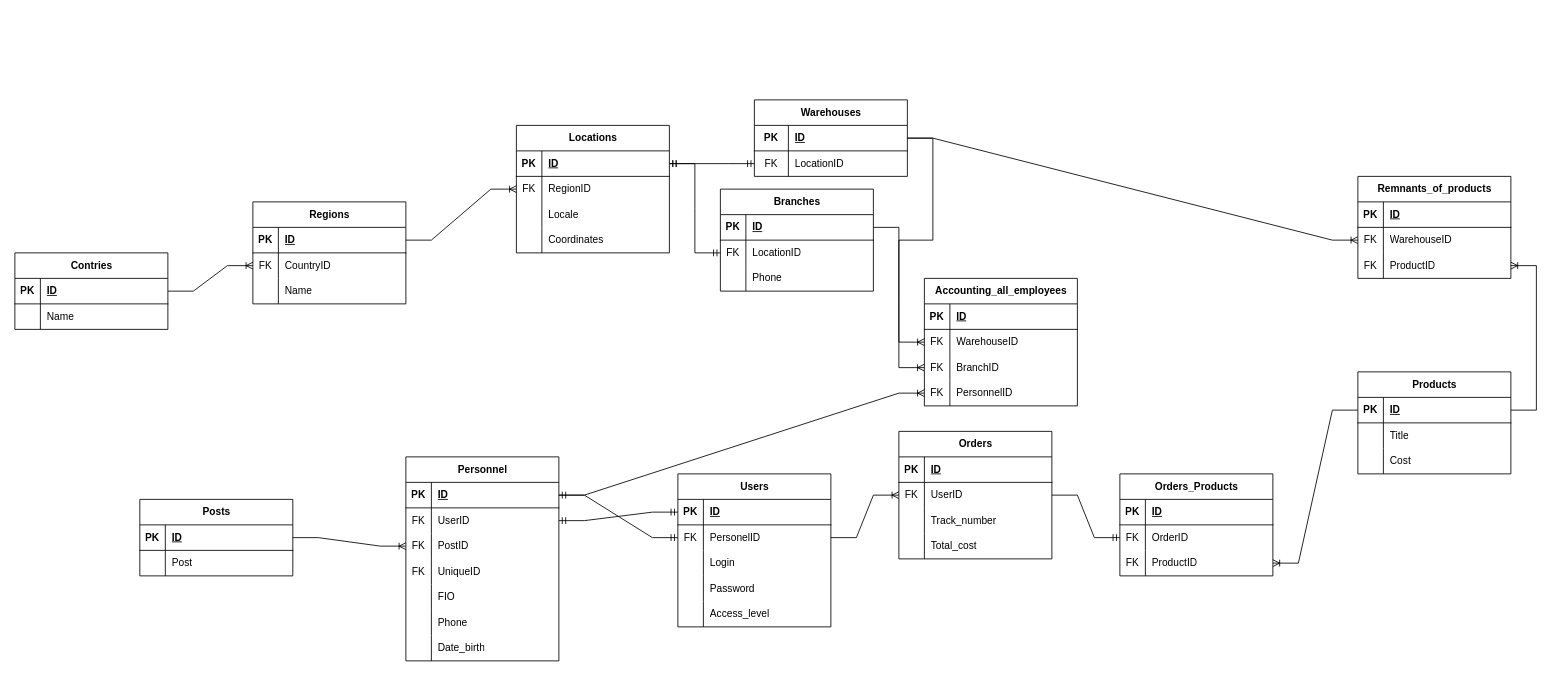
Before: docs/uml/shesterochkaDB.drawio in JustKingYT1/demo_app, a draw.io diagram. Source tidied: cells renumbered, new cells numbered last; positions are measured from the earlier drawing's top-left corner, leaving out a move shared by most shapes. Both pictures are drawn from the tidied source at 85%, with x=0, y=0 at pixel (14, 99).
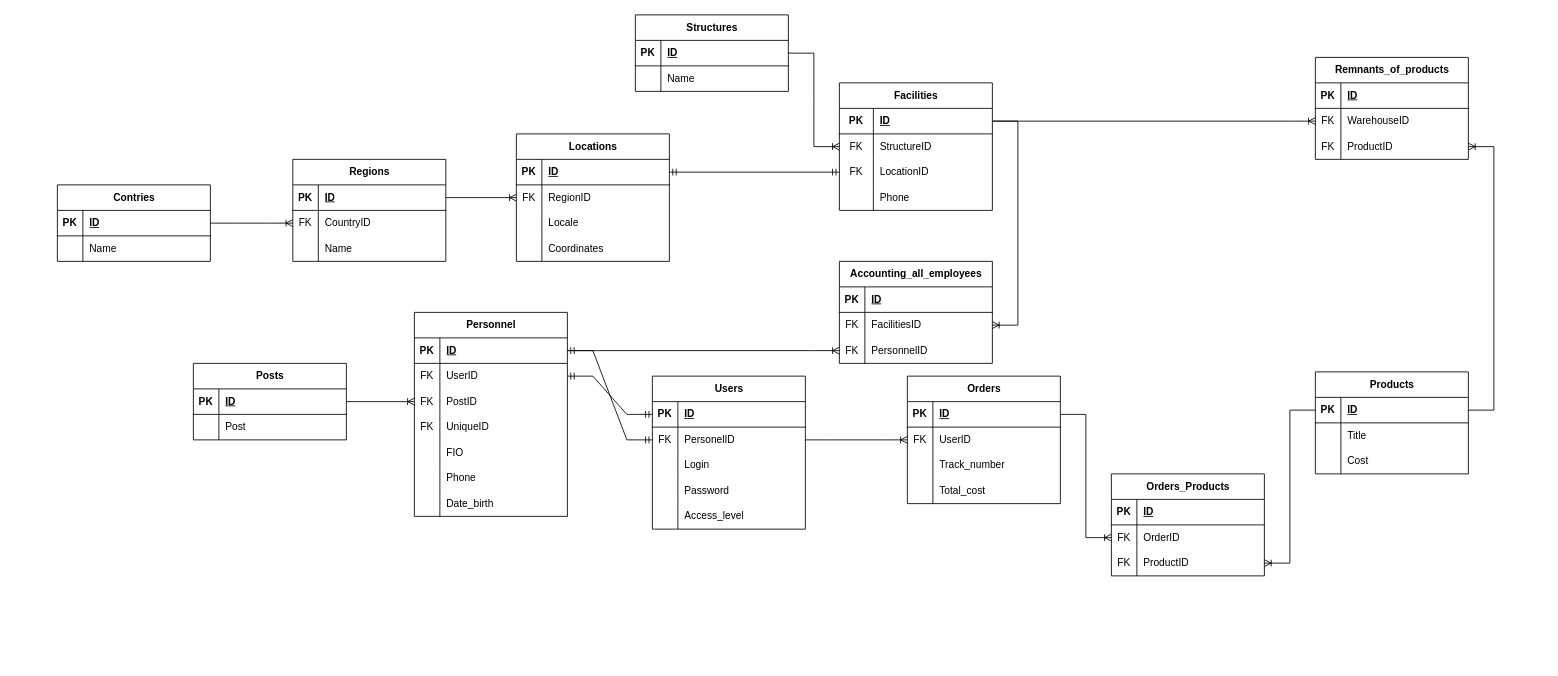
After the change.

The change refers to these unchanged cells:
```xml
<mxCell id="29" style="shape=tableRow;horizontal=0;startSize=0;swimlaneHead=0;swimlaneBody=0;fillColor=none;points=[[0,0.5],[1,0.5]];portConstraint=eastwest;top=0;left=0;right=0;bottom=1;" parent="28" vertex="1">
  <mxGeometry y="30" width="180" height="30" as="geometry" />
</mxCell>
<mxCell id="94" style="shape=tableRow;horizontal=0;startSize=0;swimlaneHead=0;swimlaneBody=0;fillColor=none;points=[[0,0.5],[1,0.5]];portConstraint=eastwest;top=0;left=0;right=0;bottom=1;" parent="93" vertex="1">
  <mxGeometry y="30" width="180" height="30" as="geometry" />
</mxCell>
<mxCell id="97" style="shape=tableRow;horizontal=0;startSize=0;swimlaneHead=0;swimlaneBody=0;fillColor=none;points=[[0,0.5],[1,0.5]];portConstraint=eastwest;top=0;left=0;right=0;bottom=0;" parent="93" vertex="1">
  <mxGeometry y="60" width="180" height="30" as="geometry" />
</mxCell>
<mxCell id="121" style="shape=tableRow;horizontal=0;startSize=0;swimlaneHead=0;swimlaneBody=0;fillColor=none;points=[[0,0.5],[1,0.5]];portConstraint=eastwest;top=0;left=0;right=0;bottom=0;" parent="117" vertex="1">
  <mxGeometry y="60" width="180" height="30" as="geometry" />
</mxCell>
<mxCell id="130" style="shape=tableRow;horizontal=0;startSize=0;swimlaneHead=0;swimlaneBody=0;fillColor=none;points=[[0,0.5],[1,0.5]];portConstraint=eastwest;top=0;left=0;right=0;bottom=1;" parent="129" vertex="1">
  <mxGeometry y="30" width="180" height="30" as="geometry" />
</mxCell>
<mxCell id="156" style="shape=tableRow;horizontal=0;startSize=0;swimlaneHead=0;swimlaneBody=0;fillColor=none;points=[[0,0.5],[1,0.5]];portConstraint=eastwest;top=0;left=0;right=0;bottom=0;" parent="152" vertex="1">
  <mxGeometry y="60" width="180" height="30" as="geometry" />
</mxCell>
```

What changed in the source:
```diff
@@
     <mxCell id="2" value="Users" style="shape=table;startSize=30;childLayout=tableLayout;rowLines=0;fontStyle=1;align=center;html=1;" parent="1" vertex="1">
-      <mxGeometry x="780" y="440" width="180" height="180" as="geometry" />
+      <mxGeometry x="750" y="325" width="180" height="180" as="geometry" />
     </mxCell>
@@
-    <mxCell id="18" value="Branches" style="shape=table;startSize=30;childLayout=tableLayout;rowLines=0;fontStyle=1;align=center;html=1;" parent="1" vertex="1">
-      <mxGeometry x="830" y="105" width="180" height="120" as="geometry" />
-    </mxCell>
-    <mxCell id="19" style="shape=tableRow;horizontal=0;startSize=0;swimlaneHead=0;swimlaneBody=0;fillColor=none;points=[[0,0.5],[1,0.5]];portConstraint=eastwest;top=0;left=0;right=0;bottom=1;" parent="18" vertex="1">
-      <mxGeometry y="30" width="180" height="30" as="geometry" />
-    </mxCell>
-    <mxCell id="20" value="PK" style="shape=partialRectangle;fillColor=none;top=0;left=0;bottom=0;right=0;fontStyle=1;overflow=hidden;whiteSpace=wrap;html=1;" parent="19" vertex="1">
-      <mxGeometry width="30" height="30" as="geometry" />
-    </mxCell>
-    <mxCell id="21" value="ID" style="shape=partialRectangle;fillColor=none;top=0;left=0;bottom=0;right=0;align=left;spacingLeft=6;fontStyle=5;overflow=hidden;whiteSpace=wrap;html=1;" parent="19" vertex="1">
-      <mxGeometry x="30" width="150" height="30" as="geometry" />
-    </mxCell>
-    <mxCell id="22" style="shape=tableRow;horizontal=0;startSize=0;swimlaneHead=0;swimlaneBody=0;fillColor=none;points=[[0,0.5],[1,0.5]];portConstraint=eastwest;top=0;left=0;right=0;bottom=0;" parent="18" vertex="1">
-      <mxGeometry y="60" width="180" height="30" as="geometry" />
-    </mxCell>
-    <mxCell id="23" value="FK" style="shape=partialRectangle;fillColor=none;top=0;left=0;bottom=0;right=0;fontStyle=0;overflow=hidden;whiteSpace=wrap;html=1;" parent="22" vertex="1">
-      <mxGeometry width="30" height="30" as="geometry" />
-    </mxCell>
-    <mxCell id="24" value="LocationID" style="shape=partialRectangle;fillColor=none;top=0;left=0;bottom=0;right=0;align=left;spacingLeft=6;fontStyle=0;overflow=hidden;whiteSpace=wrap;html=1;" parent="22" vertex="1">
-      <mxGeometry x="30" width="150" height="30" as="geometry" />
-    </mxCell>
-    <mxCell id="25" style="shape=tableRow;horizontal=0;startSize=0;swimlaneHead=0;swimlaneBody=0;fillColor=none;top=0;left=0;right=0;bottom=0;" parent="18" vertex="1">
-      <mxGeometry y="90" width="180" height="30" as="geometry" />
-    </mxCell>
-    <mxCell id="26" style="shape=partialRectangle;fillColor=none;top=0;left=0;bottom=0;right=0;overflow=hidden;whiteSpace=wrap;html=1;" parent="25" vertex="1">
-      <mxGeometry width="30" height="30" as="geometry" />
-    </mxCell>
-    <mxCell id="27" value="Phone" style="shape=partialRectangle;fillColor=none;top=0;left=0;bottom=0;right=0;align=left;spacingLeft=6;overflow=hidden;whiteSpace=wrap;html=1;" parent="25" vertex="1">
-      <mxGeometry x="30" width="150" height="30" as="geometry" />
-    </mxCell>
     <mxCell id="28" value="Locations" style="shape=table;startSize=30;childLayout=tableLayout;rowLines=0;fontStyle=1;align=center;html=1;" parent="1" vertex="1">
-      <mxGeometry x="590" y="30" width="180" height="150" as="geometry" />
+      <mxGeometry x="590" y="40" width="180" height="150" as="geometry" />
     </mxCell>
@@
     <mxCell id="41" value="Regions" style="shape=table;startSize=30;childLayout=tableLayout;rowLines=0;fontStyle=1;align=center;html=1;" parent="1" vertex="1">
-      <mxGeometry x="280" y="120" width="180" height="120" as="geometry" />
+      <mxGeometry x="327" y="70" width="180" height="120" as="geometry" />
     </mxCell>
@@
     <mxCell id="51" value="Contries" style="shape=table;startSize=30;childLayout=tableLayout;rowLines=0;fontStyle=1;align=center;html=1;" parent="1" vertex="1">
-      <mxGeometry y="180" width="180" height="90" as="geometry" />
+      <mxGeometry x="50" y="100" width="180" height="90" as="geometry" />
     </mxCell>
@@
-    <mxCell id="58" style="edgeStyle=entityRelationEdgeStyle;fontSize=12;html=1;endArrow=ERmandOne;startArrow=ERmandOne;rounded=0;exitX=1;exitY=0.5;exitDx=0;exitDy=0;entryX=0;entryY=0.5;entryDx=0;entryDy=0;" parent="1" edge="1" source="29" target="22">
-      <mxGeometry relative="1" as="geometry" />
-    </mxCell>
@@
     <mxCell id="60" value="Personnel" style="shape=table;startSize=30;childLayout=tableLayout;rowLines=0;fontStyle=1;align=center;html=1;" parent="1" vertex="1">
-      <mxGeometry x="460" y="420" width="180" height="240" as="geometry" />
+      <mxGeometry x="470" y="250" width="180" height="240" as="geometry" />
     </mxCell>
@@
     <mxCell id="85" value="Posts" style="shape=table;startSize=30;childLayout=tableLayout;rowLines=0;fontStyle=1;align=center;html=1;" parent="1" vertex="1">
-      <mxGeometry x="147" y="470" width="180" height="90" as="geometry" />
+      <mxGeometry x="210" y="310" width="180" height="90" as="geometry" />
     </mxCell>
@@
     <mxCell id="93" value="Orders" style="shape=table;startSize=30;childLayout=tableLayout;rowLines=0;fontStyle=1;align=center;html=1;" parent="1" vertex="1">
-      <mxGeometry x="1040" y="390" width="180" height="150" as="geometry" />
+      <mxGeometry x="1050" y="325" width="180" height="150" as="geometry" />
     </mxCell>
@@
     <mxCell id="107" value="Products" style="shape=table;startSize=30;childLayout=tableLayout;rowLines=0;fontStyle=1;align=center;html=1;" parent="1" vertex="1">
-      <mxGeometry x="1580" y="320" width="180" height="120" as="geometry" />
+      <mxGeometry x="1530" y="320" width="180" height="120" as="geometry" />
     </mxCell>
@@
     <mxCell id="117" value="Orders_Products" style="shape=table;startSize=30;childLayout=tableLayout;rowLines=0;fontStyle=1;align=center;html=1;" parent="1" vertex="1">
-      <mxGeometry x="1300" y="440" width="180" height="120" as="geometry" />
+      <mxGeometry x="1290" y="440" width="180" height="120" as="geometry" />
     </mxCell>
@@
-    <mxCell id="127" style="edgeStyle=entityRelationEdgeStyle;fontSize=12;html=1;endArrow=ERmandOne;rounded=0;exitX=1;exitY=0.5;exitDx=0;exitDy=0;entryX=0;entryY=0.5;entryDx=0;entryDy=0;" parent="1" edge="1" source="97" target="121">
-      <mxGeometry relative="1" as="geometry" />
-    </mxCell>
@@
-    <mxCell id="129" value="Warehouses" style="shape=table;startSize=30;childLayout=tableLayout;rowLines=0;fontStyle=1;align=center;html=1;" parent="1" vertex="1">
-      <mxGeometry x="870" width="180" height="90" as="geometry" />
+    <mxCell id="129" value="Facilities" style="shape=table;startSize=30;childLayout=tableLayout;rowLines=0;fontStyle=1;align=center;html=1;" parent="1" vertex="1">
+      <mxGeometry x="970" y="-20" width="180" height="150" as="geometry" />
     </mxCell>
@@
+    <mxCell id="165" style="shape=tableRow;horizontal=0;startSize=0;swimlaneHead=0;swimlaneBody=0;fillColor=none;points=[[0,0.5],[1,0.5]];portConstraint=eastwest;top=0;left=0;right=0;bottom=0;" parent="129" vertex="1">
+      <mxGeometry y="60" width="180" height="30" as="geometry" />
+    </mxCell>
+    <mxCell id="166" value="FK" style="shape=partialRectangle;fillColor=none;top=0;left=0;bottom=0;right=0;fontStyle=0;overflow=hidden;whiteSpace=wrap;html=1;" parent="165" vertex="1">
+      <mxGeometry width="40" height="30" as="geometry" />
+    </mxCell>
+    <mxCell id="167" value="StructureID" style="shape=partialRectangle;fillColor=none;top=0;left=0;bottom=0;right=0;align=left;spacingLeft=6;fontStyle=0;overflow=hidden;whiteSpace=wrap;html=1;" parent="165" vertex="1">
+      <mxGeometry x="40" width="140" height="30" as="geometry" />
+    </mxCell>
     <mxCell id="133" style="shape=tableRow;horizontal=0;startSize=0;swimlaneHead=0;swimlaneBody=0;fillColor=none;points=[[0,0.5],[1,0.5]];portConstraint=eastwest;top=0;left=0;right=0;bottom=0;" parent="129" vertex="1">
-      <mxGeometry y="60" width="180" height="30" as="geometry" />
+      <mxGeometry y="90" width="180" height="30" as="geometry" />
     </mxCell>
@@
+    <mxCell id="168" style="shape=tableRow;horizontal=0;startSize=0;swimlaneHead=0;swimlaneBody=0;fillColor=none;top=0;left=0;right=0;bottom=0;" parent="129" vertex="1">
+      <mxGeometry y="120" width="180" height="30" as="geometry" />
+    </mxCell>
+    <mxCell id="169" style="shape=partialRectangle;fillColor=none;top=0;left=0;bottom=0;right=0;overflow=hidden;" parent="168" vertex="1">
+      <mxGeometry width="40" height="30" as="geometry" />
+    </mxCell>
+    <mxCell id="27" value="Phone" style="shape=partialRectangle;fillColor=none;top=0;left=0;bottom=0;right=0;align=left;spacingLeft=6;overflow=hidden;" parent="168" vertex="1">
+      <mxGeometry x="40" width="140" height="30" as="geometry" />
+    </mxCell>
@@
     <mxCell id="137" value="Remnants_of_products" style="shape=table;startSize=30;childLayout=tableLayout;rowLines=0;fontStyle=1;align=center;html=1;" parent="1" vertex="1">
-      <mxGeometry x="1580" y="90" width="180" height="120" as="geometry" />
+      <mxGeometry x="1530" y="-50" width="180" height="120" as="geometry" />
     </mxCell>
@@
-    <mxCell id="149" style="edgeStyle=entityRelationEdgeStyle;fontSize=12;html=1;endArrow=ERoneToMany;rounded=0;entryX=0;entryY=0.5;entryDx=0;entryDy=0;" parent="1" edge="1" source="19" target="159">
-      <mxGeometry relative="1" as="geometry" />
-    </mxCell>
@@
-    <mxCell id="151" style="edgeStyle=entityRelationEdgeStyle;fontSize=12;html=1;endArrow=ERoneToMany;rounded=0;exitX=1;exitY=0.5;exitDx=0;exitDy=0;" parent="1" edge="1" source="130" target="152">
-      <mxGeometry relative="1" as="geometry" />
+    <mxCell id="151" style="edgeStyle=entityRelationEdgeStyle;fontSize=12;html=1;endArrow=ERoneToMany;rounded=0;exitX=1;exitY=0.5;exitDx=0;exitDy=0;entryX=1;entryY=0.5;entryDx=0;entryDy=0;" parent="1" edge="1" source="130" target="156">
+      <mxGeometry relative="1" as="geometry">
+        <Array as="points">
+          <mxPoint x="1300" y="60" />
+          <mxPoint x="1220" y="160" />
+          <mxPoint x="1470" y="80" />
+          <mxPoint x="1290" y="150" />
+          <mxPoint x="1310" y="250" />
+          <mxPoint x="1310" y="160" />
+          <mxPoint x="1260" y="220" />
+        </Array>
+      </mxGeometry>
     </mxCell>
     <mxCell id="152" value="Accounting_all_employees" style="shape=table;startSize=30;childLayout=tableLayout;rowLines=0;fontStyle=1;align=center;html=1;" parent="1" vertex="1">
-      <mxGeometry x="1070" y="210" width="180" height="150" as="geometry" />
+      <mxGeometry x="970" y="190" width="180" height="120" as="geometry" />
     </mxCell>
@@
-    <mxCell id="158" value="WarehouseID" style="shape=partialRectangle;fillColor=none;top=0;left=0;bottom=0;right=0;align=left;spacingLeft=6;fontStyle=0;overflow=hidden;whiteSpace=wrap;html=1;" parent="156" vertex="1">
+    <mxCell id="158" value="FacilitiesID" style="shape=partialRectangle;fillColor=none;top=0;left=0;bottom=0;right=0;align=left;spacingLeft=6;fontStyle=0;overflow=hidden;whiteSpace=wrap;html=1;" parent="156" vertex="1">
       <mxGeometry x="30" width="150" height="30" as="geometry" />
     </mxCell>
-    <mxCell id="159" style="shape=tableRow;horizontal=0;startSize=0;swimlaneHead=0;swimlaneBody=0;fillColor=none;points=[[0,0.5],[1,0.5]];portConstraint=eastwest;top=0;left=0;right=0;bottom=0;" parent="152" vertex="1">
-      <mxGeometry y="90" width="180" height="30" as="geometry" />
-    </mxCell>
-    <mxCell id="160" value="FK" style="shape=partialRectangle;fillColor=none;top=0;left=0;bottom=0;right=0;fontStyle=0;overflow=hidden;whiteSpace=wrap;html=1;" parent="159" vertex="1">
-      <mxGeometry width="30" height="30" as="geometry" />
-    </mxCell>
-    <mxCell id="161" value="BranchID" style="shape=partialRectangle;fillColor=none;top=0;left=0;bottom=0;right=0;align=left;spacingLeft=6;fontStyle=0;overflow=hidden;whiteSpace=wrap;html=1;" parent="159" vertex="1">
-      <mxGeometry x="30" width="150" height="30" as="geometry" />
-    </mxCell>
     <mxCell id="162" style="shape=tableRow;horizontal=0;startSize=0;swimlaneHead=0;swimlaneBody=0;fillColor=none;points=[[0,0.5],[1,0.5]];portConstraint=eastwest;top=0;left=0;right=0;bottom=0;" parent="152" vertex="1">
-      <mxGeometry y="120" width="180" height="30" as="geometry" />
+      <mxGeometry y="90" width="180" height="30" as="geometry" />
     </mxCell>
@@
+    <mxCell id="170" value="Structures" style="shape=table;startSize=30;childLayout=tableLayout;rowLines=0;fontStyle=1;align=center;html=1;" parent="1" vertex="1">
+      <mxGeometry x="730" y="-100" width="180" height="90" as="geometry" />
+    </mxCell>
+    <mxCell id="19" style="shape=tableRow;horizontal=0;startSize=0;swimlaneHead=0;swimlaneBody=0;fillColor=none;points=[[0,0.5],[1,0.5]];portConstraint=eastwest;top=0;left=0;right=0;bottom=1;" parent="170" vertex="1">
+      <mxGeometry y="30" width="180" height="30" as="geometry" />
+    </mxCell>
+    <mxCell id="20" value="PK" style="shape=partialRectangle;fillColor=none;top=0;left=0;bottom=0;right=0;fontStyle=1;overflow=hidden;whiteSpace=wrap;html=1;" parent="19" vertex="1">
+      <mxGeometry width="30" height="30" as="geometry" />
+    </mxCell>
+    <mxCell id="21" value="ID" style="shape=partialRectangle;fillColor=none;top=0;left=0;bottom=0;right=0;align=left;spacingLeft=6;fontStyle=5;overflow=hidden;whiteSpace=wrap;html=1;" parent="19" vertex="1">
+      <mxGeometry x="30" width="150" height="30" as="geometry" />
+    </mxCell>
+    <mxCell id="171" style="shape=tableRow;horizontal=0;startSize=0;swimlaneHead=0;swimlaneBody=0;fillColor=none;top=0;left=0;right=0;bottom=0;" parent="170" vertex="1">
+      <mxGeometry y="60" width="180" height="30" as="geometry" />
+    </mxCell>
+    <mxCell id="26" style="shape=partialRectangle;fillColor=none;top=0;left=0;bottom=0;right=0;overflow=hidden;whiteSpace=wrap;html=1;" parent="171" vertex="1">
+      <mxGeometry width="30" height="30" as="geometry" />
+    </mxCell>
+    <mxCell id="172" value="Name" style="shape=partialRectangle;fillColor=none;top=0;left=0;bottom=0;right=0;align=left;spacingLeft=6;overflow=hidden;whiteSpace=wrap;html=1;" parent="171" vertex="1">
+      <mxGeometry x="30" width="150" height="30" as="geometry" />
+    </mxCell>
+    <mxCell id="173" style="edgeStyle=entityRelationEdgeStyle;fontSize=12;html=1;endArrow=ERoneToMany;rounded=0;exitX=1;exitY=0.5;exitDx=0;exitDy=0;entryX=0;entryY=0.5;entryDx=0;entryDy=0;" parent="1" edge="1" source="19" target="165">
+      <mxGeometry relative="1" as="geometry" />
+    </mxCell>
+    <mxCell id="174" style="edgeStyle=entityRelationEdgeStyle;fontSize=12;html=1;endArrow=ERoneToMany;rounded=0;exitX=1;exitY=0.5;exitDx=0;exitDy=0;" parent="1" edge="1" source="94" target="121">
+      <mxGeometry relative="1" as="geometry" />
+    </mxCell>
```
